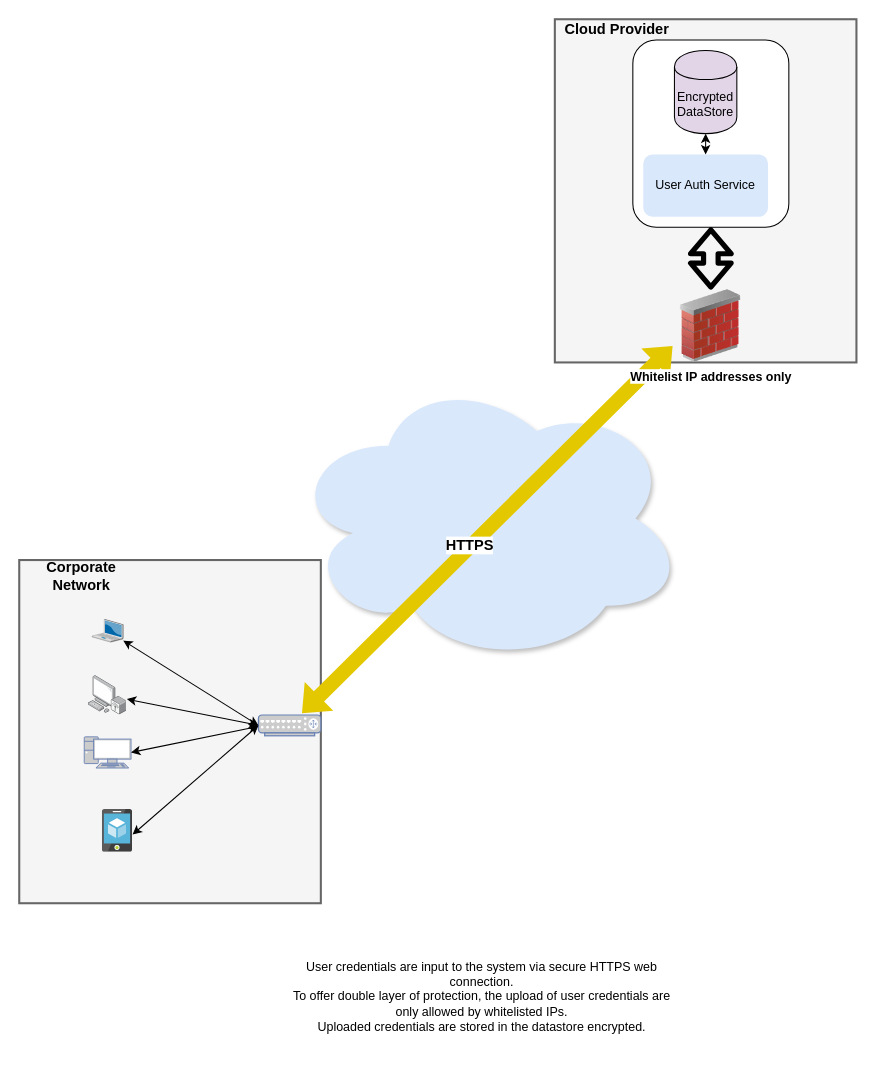
sugchand/drawio keeps this draw.io diagram as tionkar user credentials.drawio. Above is the earlier version. Source tidied: cells renumbered, new cells numbered last; positions are measured from the earlier drawing's top-left corner, leaving out a move shared by most shapes. Both pictures are drawn from the tidied source at 104%, with x=0, y=0 at pixel (19, 19).
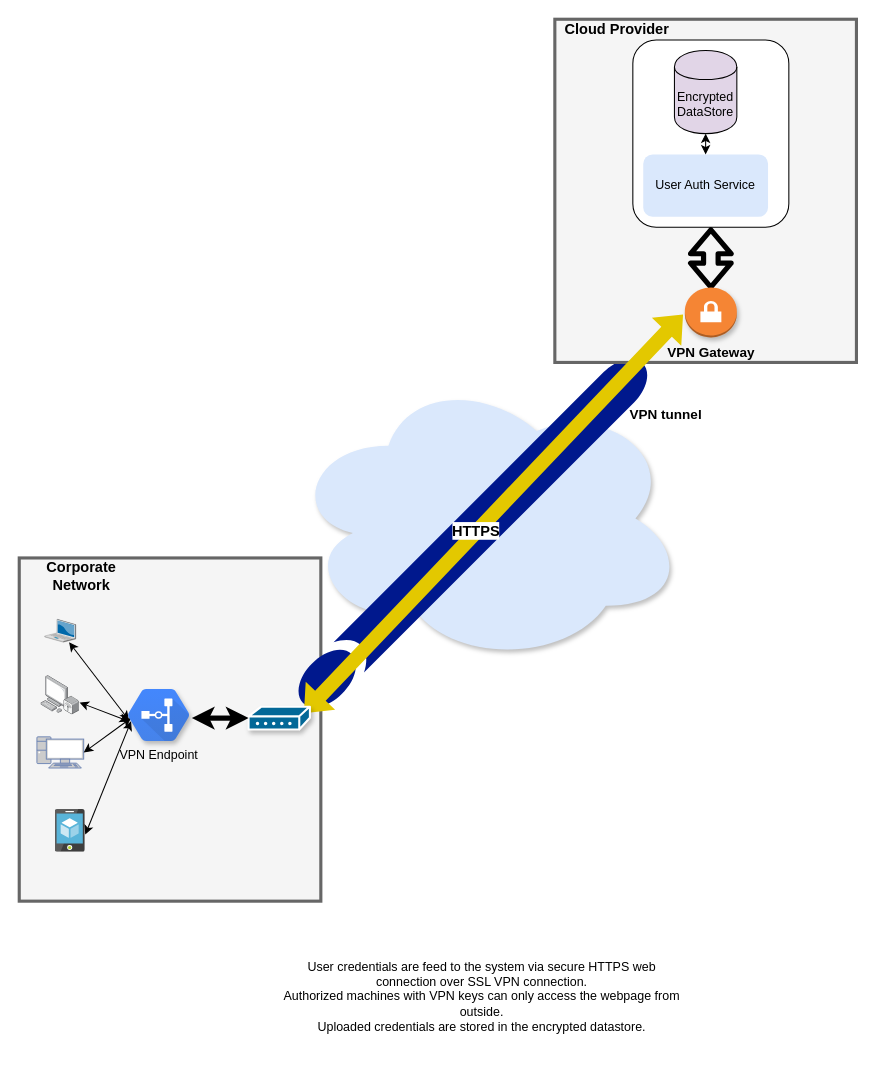
The same diagram, later.

Unchanged cells that the change refers to:
```xml
<mxCell id="4" style="rounded=1;whiteSpace=wrap;html=1;strokeColor=#000000;" parent="1" vertex="1">
  <mxGeometry x="590" y="20" width="150" height="180" as="geometry" />
</mxCell>
```

What changed in the source:
```diff
@@
-    <mxCell id="2" style="rounded=0;whiteSpace=wrap;html=1;strokeColor=#666666;fillColor=#f5f5f5;fontColor=#333333;align=left;strokeWidth=2;" parent="1" vertex="1">
-      <mxGeometry y="520" width="290" height="330" as="geometry" />
+    <mxCell id="2" style="rounded=0;whiteSpace=wrap;html=1;strokeColor=#666666;fillColor=#f5f5f5;fontColor=#333333;align=left;strokeWidth=3;" parent="1" vertex="1">
+      <mxGeometry y="518" width="290" height="330" as="geometry" />
     </mxCell>
+    <mxCell id="8" style="ellipse;shape=cloud;whiteSpace=wrap;html=1;fillColor=#dae8fc;strokeColor=none;shadow=1;" parent="1" vertex="1">
+      <mxGeometry x="260" y="340" width="380" height="280" as="geometry" />
+    </mxCell>
+    <mxCell id="25" style="shadow=0;dashed=0;html=1;strokeColor=none;shape=mxgraph.mscae.general.tunnel;fillColor=#00188D;rotation=-45;" parent="1" vertex="1">
+      <mxGeometry x="205" y="473" width="462" height="42" as="geometry" />
+    </mxCell>
-    <mxCell id="3" style="rounded=0;whiteSpace=wrap;html=1;strokeColor=#666666;fillColor=#f5f5f5;fontColor=#333333;align=left;strokeWidth=2;" parent="1" vertex="1">
+    <mxCell id="3" style="rounded=0;whiteSpace=wrap;html=1;strokeColor=#666666;fillColor=#f5f5f5;fontColor=#333333;align=left;strokeWidth=3;" parent="1" vertex="1">
       <mxGeometry x="515" width="290" height="330" as="geometry" />
     </mxCell>
@@
-    <mxCell id="8" style="ellipse;shape=cloud;whiteSpace=wrap;html=1;fillColor=#dae8fc;strokeColor=none;shadow=1;" parent="1" vertex="1">
-      <mxGeometry x="260" y="340" width="380" height="280" as="geometry" />
-    </mxCell>
@@
-    <mxCell id="10" style="fontColor=#0066CC;verticalAlign=top;verticalLabelPosition=bottom;labelPosition=center;align=center;html=1;outlineConnect=0;fillColor=#CCCCCC;strokeColor=#6881B3;gradientColor=none;gradientDirection=north;strokeWidth=2;shape=mxgraph.networks.router;" parent="1" vertex="1">
-      <mxGeometry x="230" y="669" width="60" height="20" as="geometry" />
-    </mxCell>
     <mxCell id="11" style="verticalLabelPosition=bottom;html=1;verticalAlign=top;strokeColor=none;align=center;outlineConnect=0;shape=mxgraph.citrix.laptop_2;" parent="1" vertex="1">
-      <mxGeometry x="70" y="577" width="30" height="22" as="geometry" />
+      <mxGeometry x="24.5" y="577" width="30" height="22" as="geometry" />
     </mxCell>
     <mxCell id="12" style="points=[];html=1;align=center;shadow=0;dashed=0;image;image=img/lib/allied_telesis/computer_and_terminals/Personal_Computer_Wireless.svg;strokeColor=#000000;" parent="1" vertex="1">
-      <mxGeometry x="66.5" y="631" width="37" height="38" as="geometry" />
+      <mxGeometry x="21" y="631" width="37" height="38" as="geometry" />
     </mxCell>
     <mxCell id="13" style="fontColor=#0066CC;verticalAlign=top;verticalLabelPosition=bottom;labelPosition=center;align=center;html=1;outlineConnect=0;fillColor=#CCCCCC;strokeColor=#6881B3;gradientColor=none;gradientDirection=north;strokeWidth=2;shape=mxgraph.networks.pc;" parent="1" vertex="1">
-      <mxGeometry x="62.5" y="690" width="45" height="30" as="geometry" />
+      <mxGeometry x="17" y="690" width="45" height="30" as="geometry" />
     </mxCell>
     <mxCell id="14" style="html=1;perimeter=none;align=center;shadow=0;dashed=0;image;fontSize=12;image=img/lib/mscae/App_Service_Mobile_App.svg;strokeColor=#000000;" parent="1" vertex="1">
-      <mxGeometry x="80" y="760" width="29" height="41" as="geometry" />
+      <mxGeometry x="34.5" y="760" width="29" height="41" as="geometry" />
     </mxCell>
@@
-    <mxCell id="16" style="shape=flexArrow;endArrow=classic;startArrow=classic;html=1;entryX=0;entryY=0.75;entryDx=0;entryDy=0;fillColor=#e3c800;strokeColor=none;strokeWidth=5;" parent="1" edge="1" source="10" target="22">
+    <mxCell id="16" style="shape=flexArrow;endArrow=classic;startArrow=classic;html=1;entryX=0;entryY=0.5;entryDx=0;entryDy=0;fillColor=#e3c800;strokeColor=none;strokeWidth=5;entryPerimeter=0;exitX=0.873;exitY=0.364;exitDx=0;exitDy=0;exitPerimeter=0;" parent="1" edge="1" source="30" target="26">
       <mxGeometry relative="1" as="geometry" />
     </mxCell>
@@
-    <mxCell id="18" style="endArrow=classic;startArrow=classic;html=1;entryX=0;entryY=0.5;entryDx=0;entryDy=0;entryPerimeter=0;" parent="1" edge="1" source="11" target="10">
+    <mxCell id="18" style="endArrow=classic;startArrow=classic;html=1;entryX=0.017;entryY=0.6;entryDx=0;entryDy=0;entryPerimeter=0;" parent="1" edge="1" source="11" target="29">
       <mxGeometry relative="1" as="geometry" />
     </mxCell>
-    <mxCell id="19" style="endArrow=classic;startArrow=classic;html=1;entryX=0;entryY=0.5;entryDx=0;entryDy=0;entryPerimeter=0;" parent="1" edge="1" source="12" target="10">
+    <mxCell id="19" style="endArrow=classic;startArrow=classic;html=1;entryX=0.017;entryY=0.62;entryDx=0;entryDy=0;entryPerimeter=0;" parent="1" edge="1" source="12" target="29">
       <mxGeometry relative="1" as="geometry" />
     </mxCell>
-    <mxCell id="20" style="endArrow=classic;startArrow=classic;html=1;exitX=1;exitY=0.5;exitDx=0;exitDy=0;exitPerimeter=0;" parent="1" edge="1" source="13">
-      <mxGeometry relative="1" as="geometry">
-        <mxPoint x="230" y="680" as="targetPoint" />
-      </mxGeometry>
-    </mxCell>
-    <mxCell id="21" style="endArrow=classic;startArrow=classic;html=1;exitX=1;exitY=0.585;exitDx=0;exitDy=0;exitPerimeter=0;entryX=0;entryY=0.5;entryDx=0;entryDy=0;entryPerimeter=0;" parent="1" edge="1" source="14" target="10">
+    <mxCell id="21" style="endArrow=classic;startArrow=classic;html=1;exitX=1;exitY=0.585;exitDx=0;exitDy=0;exitPerimeter=0;entryX=0.051;entryY=0.62;entryDx=0;entryDy=0;entryPerimeter=0;" parent="1" edge="1" source="14" target="29">
       <mxGeometry relative="1" as="geometry" />
     </mxCell>
-    <mxCell id="22" value="&lt;b&gt;Whitelist IP addresses only&lt;/b&gt;" style="image;html=1;labelBackgroundColor=#ffffff;image=img/lib/clip_art/networking/Firewall_02_128x128.png;strokeColor=#000000;" parent="1" vertex="1">
-      <mxGeometry x="630" y="260" width="70" height="70" as="geometry" />
-    </mxCell>
-    <mxCell id="23" style="shape=flexArrow;endArrow=classic;startArrow=classic;html=1;strokeWidth=5;exitX=0.5;exitY=1;exitDx=0;exitDy=0;entryX=0.5;entryY=0;entryDx=0;entryDy=0;" parent="1" edge="1" source="4" target="22">
+    <mxCell id="23" style="shape=flexArrow;endArrow=classic;startArrow=classic;html=1;strokeWidth=5;exitX=0.5;exitY=1;exitDx=0;exitDy=0;entryX=0.5;entryY=0.042;entryDx=0;entryDy=0;entryPerimeter=0;" parent="1" edge="1" source="4" target="26">
       <mxGeometry relative="1" as="geometry" />
     </mxCell>
-    <mxCell id="24" value="User credentials are input to the system via secure HTTPS web connection.&lt;br&gt;To offer double layer of protection, the upload of user credentials are only allowed by whitelisted IPs.&lt;br&gt;Uploaded credentials are stored in the datastore encrypted." style="text;html=1;strokeColor=none;fillColor=none;align=center;verticalAlign=middle;whiteSpace=wrap;rounded=0;shadow=1;" parent="1" vertex="1">
+    <mxCell id="24" value="User credentials are feed to the system via secure HTTPS web connection over SSL VPN connection.&lt;br&gt;Authorized machines with VPN keys can only access the webpage from outside.&lt;br&gt;Uploaded credentials are stored in the encrypted datastore." style="text;html=1;strokeColor=none;fillColor=none;align=center;verticalAlign=middle;whiteSpace=wrap;rounded=0;shadow=1;" parent="1" vertex="1">
       <mxGeometry x="250" y="890" width="390" height="100" as="geometry" />
     </mxCell>
+    <mxCell id="26" value="&lt;b&gt;&lt;font style=&quot;font-size: 13px&quot;&gt;VPN Gateway&lt;/font&gt;&lt;/b&gt;" style="outlineConnect=0;dashed=0;verticalLabelPosition=bottom;verticalAlign=top;align=center;html=1;shape=mxgraph.aws3.vpn_gateway;fillColor=#F58534;gradientColor=none;shadow=1;strokeColor=#000000;strokeWidth=3;" parent="1" vertex="1">
+      <mxGeometry x="640" y="258" width="50" height="48" as="geometry" />
+    </mxCell>
+    <mxCell id="27" value="&lt;b&gt;&lt;font style=&quot;font-size: 13px&quot;&gt;VPN tunnel&lt;/font&gt;&lt;/b&gt;" style="text;html=1;strokeColor=none;fillColor=none;align=center;verticalAlign=middle;whiteSpace=wrap;rounded=0;shadow=1;" parent="1" vertex="1">
+      <mxGeometry x="582" y="370" width="80" height="20" as="geometry" />
+    </mxCell>
+    <mxCell id="28" style="endArrow=classic;startArrow=classic;html=1;exitX=1;exitY=0.5;exitDx=0;exitDy=0;exitPerimeter=0;entryX=0.051;entryY=0.56;entryDx=0;entryDy=0;entryPerimeter=0;" parent="1" edge="1" source="13" target="29">
+      <mxGeometry relative="1" as="geometry" />
+    </mxCell>
+    <mxCell id="29" value="VPN Endpoint" style="shape=mxgraph.gcp.networking.cloud_vpn;html=1;fillColor=#4387FD;gradientColor=#4683EA;strokeColor=none;verticalLabelPosition=bottom;verticalAlign=top;align=center;shadow=1;" parent="1" vertex="1">
+      <mxGeometry x="104.5" y="644" width="59" height="50" as="geometry" />
+    </mxCell>
+    <mxCell id="30" style="shape=mxgraph.cisco.modems_and_phones.modem;html=1;dashed=0;fillColor=#036897;strokeColor=#ffffff;strokeWidth=2;verticalLabelPosition=bottom;verticalAlign=top;shadow=1;" parent="1" vertex="1">
+      <mxGeometry x="220.5" y="661" width="59" height="22" as="geometry" />
+    </mxCell>
+    <mxCell id="31" style="endArrow=classic;startArrow=classic;html=1;strokeWidth=5;exitX=1.042;exitY=0.56;exitDx=0;exitDy=0;exitPerimeter=0;entryX=0;entryY=0.5;entryDx=0;entryDy=0;entryPerimeter=0;" parent="1" edge="1" source="29" target="30">
+      <mxGeometry relative="1" as="geometry" />
+    </mxCell>
```
